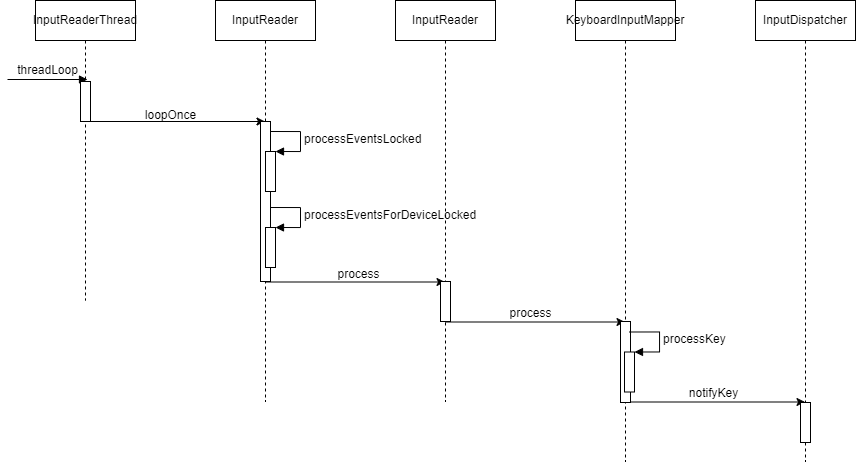
Earlier version of the draw.io export res/键盘输入事件.drawio.png (huanggenghg/huanggenghg). Source tidied: cells renumbered, new cells last; positions are measured from the earlier drawing's top-left corner, leaving out a move shared by most shapes.
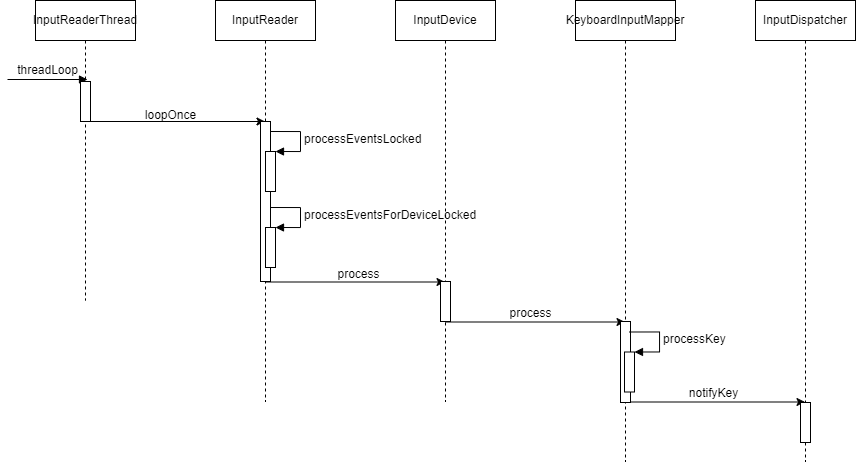
After the commit.

Commit message:
更新键盘输入事件.drawio.png

What changed in the source:
```diff
@@ -63,7 +63,7 @@
         <mxPoint x="617.5" y="321.5" as="targetPoint" />
       </mxGeometry>
     </mxCell>
-    <mxCell id="15" value="InputReader" style="shape=umlLifeline;perimeter=lifelinePerimeter;whiteSpace=wrap;html=1;" parent="1" vertex="1">
+    <mxCell id="15" value="InputDevice" style="shape=umlLifeline;perimeter=lifelinePerimeter;whiteSpace=wrap;html=1;" parent="1" vertex="1">
       <mxGeometry x="388" width="100" height="401" as="geometry" />
     </mxCell>
     <mxCell id="16" style="html=1;perimeter=orthogonalPerimeter;" parent="15" vertex="1">
```
